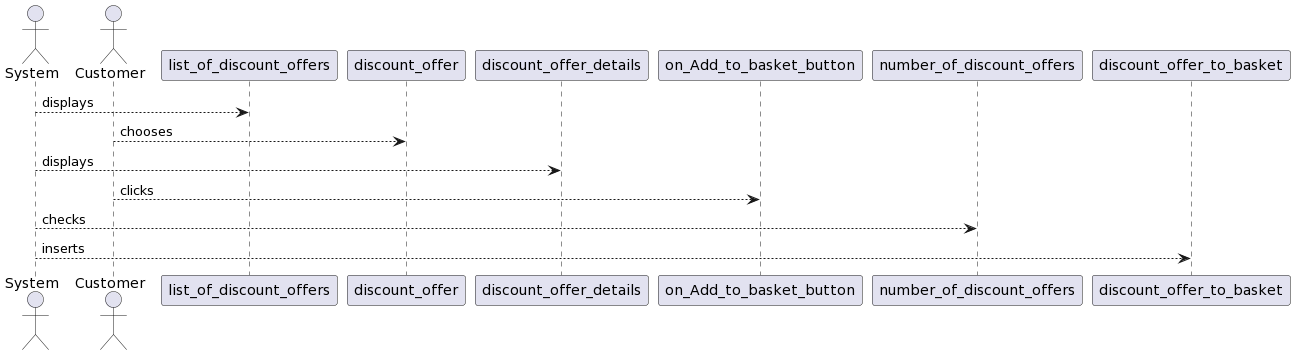
Earlier version of the PlantUML export output.png (Zaikner/DiplomovaPraca). Source of this version:
```plantuml
@startuml
actor System
actor Customer
participant list_of_discount_offers
System --> list_of_discount_offers: displays
participant discount_offer
Customer --> discount_offer: chooses
participant discount_offer_details
System --> discount_offer_details: displays
participant on_Add_to_basket_button
Customer --> on_Add_to_basket_button: clicks
participant number_of_discount_offers
System --> number_of_discount_offers: checks
participant discount_offer_to_basket
System --> discount_offer_to_basket: inserts
@enduml
```
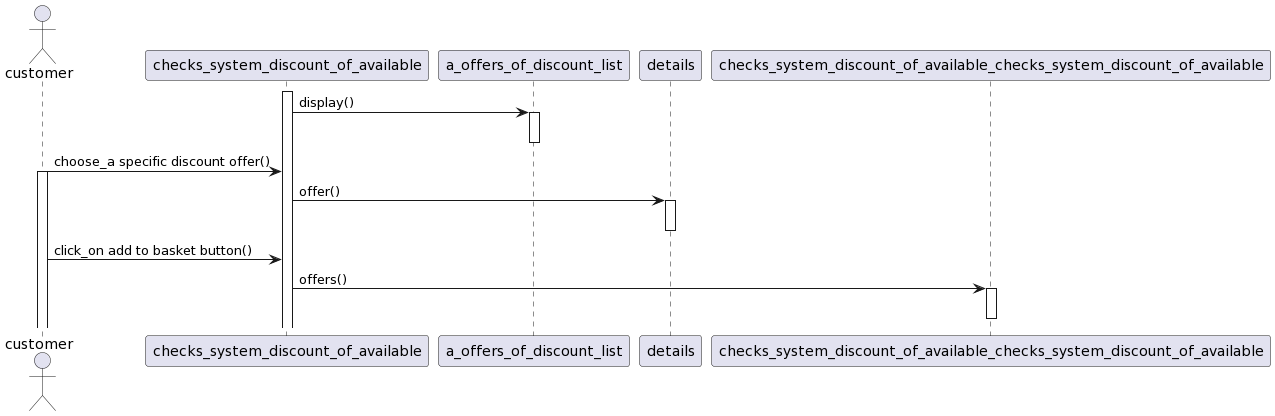
Above is the later version.

What changed in the source:
```diff
@@ -1,16 +1,21 @@
 @startuml
-actor System
-actor Customer
-participant list_of_discount_offers
-System --> list_of_discount_offers: displays
-participant discount_offer
-Customer --> discount_offer: chooses
-participant discount_offer_details
-System --> discount_offer_details: displays
-participant on_Add_to_basket_button
-Customer --> on_Add_to_basket_button: clicks
-participant number_of_discount_offers
-System --> number_of_discount_offers: checks
-participant discount_offer_to_basket
-System --> discount_offer_to_basket: inserts
+actor customer
+actor customer
+participant checks_system_discount_of_available
+activate checks_system_discount_of_available
+participant a_offers_of_discount_list
+checks_system_discount_of_available -> a_offers_of_discount_list: display()
+activate a_offers_of_discount_list
+deactivate a_offers_of_discount_list
+customer -> checks_system_discount_of_available: choose_a specific discount offer()
+activate customer
+participant details
+checks_system_discount_of_available -> details: offer()
+activate details
+deactivate details
+customer -> checks_system_discount_of_available: click_on add to basket button()
+participant checks_system_discount_of_available_checks_system_discount_of_available
+checks_system_discount_of_available -> checks_system_discount_of_available_checks_system_discount_of_available: offers()
+activate checks_system_discount_of_available_checks_system_discount_of_available
+deactivate checks_system_discount_of_available_checks_system_discount_of_available
 @enduml
```
